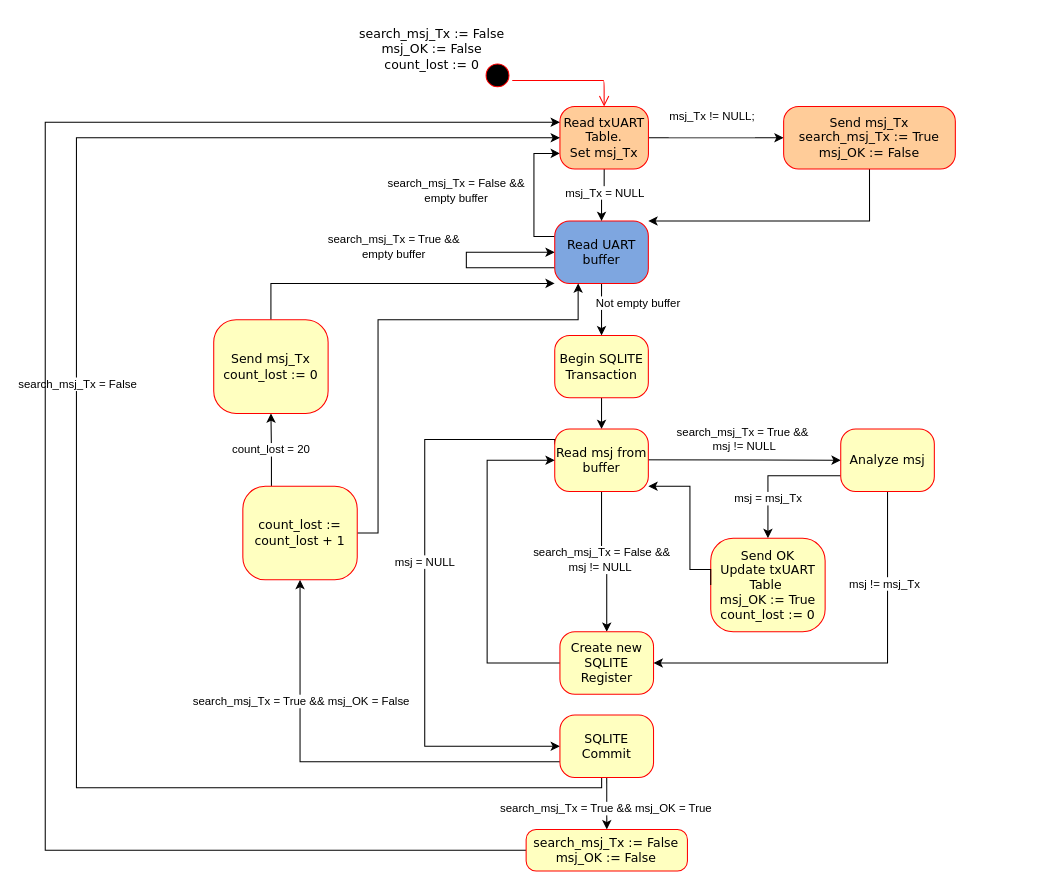
Above: ReadUART_FSM.drawio in CesarRodriguez14/Tag_Vehiculo_4_0_Diagramas (draw.io), before the change. Source tidied: cells renumbered, new cells numbered last; positions are measured from the earlier drawing's top-left corner, leaving out a move shared by most shapes. Both pictures are drawn from the tidied source at 104%, with x=0, y=0 at pixel (45, 18).
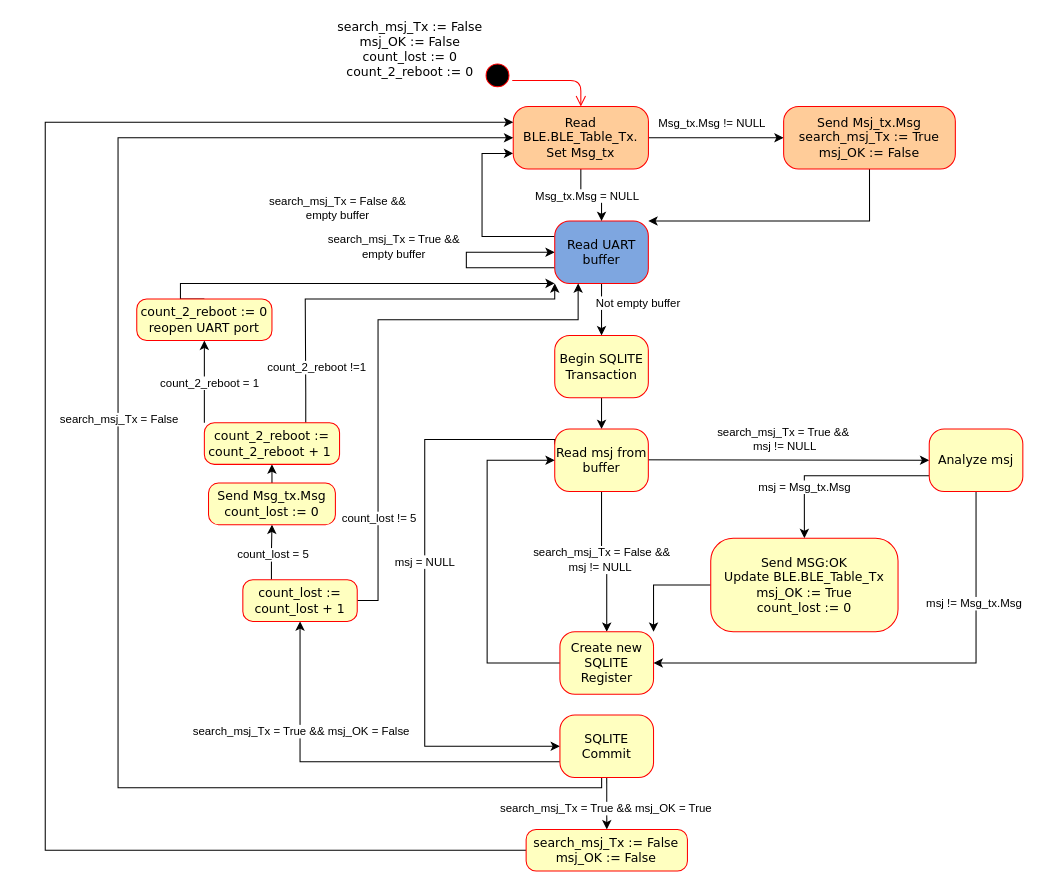
After the change.

Commit message:
Reopen UART port if TX fails

The change refers to these unchanged cells:
```xml
<mxCell id="2" style="ellipse;html=1;shape=startState;fillColor=#000000;strokeColor=#ff0000;rounded=1;shadow=0;comic=0;labelBackgroundColor=none;fontFamily=Verdana;fontSize=12;fontColor=#000000;align=center;direction=south;" parent="1" vertex="1">
  <mxGeometry x="419.9" y="40" width="30" height="30" as="geometry" />
</mxCell>
<mxCell id="9" value="Read UART b&lt;span style=&quot;background-color: transparent; color: light-dark(rgb(0, 0, 0), rgb(237, 237, 237));&quot;&gt;uffer&lt;/span&gt;" style="rounded=1;whiteSpace=wrap;html=1;arcSize=24;fillColor=#7EA6E0;strokeColor=#ff0000;shadow=0;comic=0;labelBackgroundColor=none;fontFamily=Verdana;fontSize=12;fontColor=#000000;align=center;" parent="1" vertex="1">
  <mxGeometry x="489.9" y="195" width="90" height="60" as="geometry" />
</mxCell>
<mxCell id="10" style="edgeStyle=orthogonalEdgeStyle;rounded=0;jettySize=auto;html=1;exitX=0.5;exitY=1;exitDx=0;exitDy=0;entryX=0.5;entryY=0;entryDx=0;entryDy=0;" parent="1" edge="1" source="14" target="9">
  <mxGeometry relative="1" as="geometry" />
</mxCell>
<mxCell id="12" style="edgeStyle=orthogonalEdgeStyle;rounded=0;jettySize=auto;html=1;exitX=1;exitY=0.5;exitDx=0;exitDy=0;entryX=0;entryY=0.5;entryDx=0;entryDy=0;" parent="1" edge="1" source="14" target="16">
  <mxGeometry relative="1" as="geometry" />
</mxCell>
<mxCell id="27" value="Read msj from buffer" style="rounded=1;whiteSpace=wrap;html=1;arcSize=24;fillColor=#ffffc0;strokeColor=#ff0000;shadow=0;comic=0;labelBackgroundColor=none;fontFamily=Verdana;fontSize=12;fontColor=#000000;align=center;" parent="1" vertex="1">
  <mxGeometry x="489.9" y="395" width="90" height="60" as="geometry" />
</mxCell>
<mxCell id="29" value="Create new SQLITE Register" style="rounded=1;whiteSpace=wrap;html=1;arcSize=24;fillColor=#ffffc0;strokeColor=#ff0000;shadow=0;comic=0;labelBackgroundColor=none;fontFamily=Verdana;fontSize=12;fontColor=#000000;align=center;" parent="1" vertex="1">
  <mxGeometry x="494.9" y="590" width="90" height="60" as="geometry" />
</mxCell>
<mxCell id="30" style="edgeStyle=orthogonalEdgeStyle;rounded=0;jettySize=auto;html=1;exitX=0.5;exitY=1;exitDx=0;exitDy=0;entryX=1;entryY=0.5;entryDx=0;entryDy=0;" parent="1" edge="1" source="34" target="29">
  <mxGeometry relative="1" as="geometry" />
</mxCell>
<mxCell id="32" style="edgeStyle=orthogonalEdgeStyle;rounded=0;jettySize=auto;html=1;exitX=0;exitY=0.75;exitDx=0;exitDy=0;entryX=0.5;entryY=0;entryDx=0;entryDy=0;" parent="1" edge="1" source="34" target="42">
  <mxGeometry relative="1" as="geometry" />
</mxCell>
<mxCell id="41" value="SQLITE Commit" style="rounded=1;whiteSpace=wrap;html=1;arcSize=24;fillColor=#ffffc0;strokeColor=#ff0000;shadow=0;comic=0;labelBackgroundColor=none;fontFamily=Verdana;fontSize=12;fontColor=#000000;align=center;" parent="1" vertex="1">
  <mxGeometry x="494.9" y="670" width="90" height="60" as="geometry" />
</mxCell>
<mxCell id="46" style="edgeStyle=orthogonalEdgeStyle;rounded=0;jettySize=auto;html=1;exitX=0.25;exitY=0;exitDx=0;exitDy=0;entryX=0.5;entryY=1;entryDx=0;entryDy=0;" parent="1" edge="1" source="49" target="51">
  <mxGeometry relative="1" as="geometry" />
</mxCell>
```

Change to the diagram source:
```diff
@@
     <mxCell id="7" style="edgeStyle=orthogonalEdgeStyle;rounded=0;jettySize=auto;html=1;exitX=0;exitY=0.25;exitDx=0;exitDy=0;entryX=0;entryY=0.75;entryDx=0;entryDy=0;" parent="1" edge="1" source="9" target="14">
-      <mxGeometry relative="1" as="geometry" />
+      <mxGeometry relative="1" as="geometry">
+        <Array as="points">
+          <mxPoint x="420" y="210" />
+          <mxPoint x="420" y="130" />
+        </Array>
+      </mxGeometry>
     </mxCell>
     <mxCell id="8" value="search_msj_Tx = False &amp;amp;&amp;amp;&lt;div&gt;empty buffer&lt;/div&gt;" style="edgeLabel;html=1;align=center;verticalAlign=middle;" parent="7" vertex="1">
       <mxGeometry x="0.04" relative="1" as="geometry">
-        <mxPoint x="-75" as="offset" />
+        <mxPoint x="-140" y="-3" as="offset" />
       </mxGeometry>
     </mxCell>
@@
-    <mxCell id="11" value="msj_Tx = NULL" style="edgeLabel;html=1;align=center;verticalAlign=middle;" parent="10" vertex="1">
+    <mxCell id="11" value="Msg_tx.Msg&amp;nbsp;= NULL" style="edgeLabel;html=1;align=center;verticalAlign=middle;" parent="10" vertex="1">
       <mxGeometry x="-0.13" relative="1" as="geometry" />
     </mxCell>
@@
-    <mxCell id="13" value="msj_Tx != NULL;&lt;div&gt;&lt;br&gt;&lt;/div&gt;" style="edgeLabel;html=1;align=center;verticalAlign=middle;" parent="12" vertex="1">
+    <mxCell id="13" value="Msg_tx.Msg != NULL" style="edgeLabel;html=1;align=center;verticalAlign=middle;" parent="12" vertex="1">
       <mxGeometry x="-0.18" y="2" relative="1" as="geometry">
         <mxPoint x="7" y="-13" as="offset" />
       </mxGeometry>
     </mxCell>
-    <mxCell id="14" value="Read txUART Table.&lt;div&gt;&lt;span style=&quot;background-color: transparent; color: light-dark(rgb(0, 0, 0), rgb(237, 237, 237));&quot;&gt;Set msj_Tx&lt;/span&gt;&lt;/div&gt;" style="rounded=1;whiteSpace=wrap;html=1;arcSize=24;fillColor=#FFCC99;strokeColor=#ff0000;shadow=0;comic=0;labelBackgroundColor=none;fontFamily=Verdana;fontSize=12;fontColor=#000000;align=center;" parent="1" vertex="1">
-      <mxGeometry x="494.9" y="85" width="85.1" height="60" as="geometry" />
+    <mxCell id="14" value="Read BLE.BLE_Table_Tx.&lt;div&gt;&lt;span style=&quot;background-color: transparent; color: light-dark(rgb(0, 0, 0), rgb(237, 237, 237));&quot;&gt;Set Msg_tx&lt;/span&gt;&lt;/div&gt;" style="rounded=1;whiteSpace=wrap;html=1;arcSize=24;fillColor=#FFCC99;strokeColor=#ff0000;shadow=0;comic=0;labelBackgroundColor=none;fontFamily=Verdana;fontSize=12;fontColor=#000000;align=center;" parent="1" vertex="1">
+      <mxGeometry x="450" y="85" width="130" height="60" as="geometry" />
     </mxCell>
@@
-    <mxCell id="16" value="Send msj_Tx&lt;div&gt;search_msj_Tx := True&lt;div&gt;msj_OK := False&lt;/div&gt;&lt;/div&gt;" style="rounded=1;whiteSpace=wrap;html=1;arcSize=24;fillColor=#FFCC99;strokeColor=#ff0000;shadow=0;comic=0;labelBackgroundColor=none;fontFamily=Verdana;fontSize=12;fontColor=#000000;align=center;" parent="1" vertex="1">
+    <mxCell id="16" value="Send Msj_tx.Msg&lt;div&gt;search_msj_Tx := True&lt;div&gt;msj_OK := False&lt;/div&gt;&lt;/div&gt;" style="rounded=1;whiteSpace=wrap;html=1;arcSize=24;fillColor=#FFCC99;strokeColor=#ff0000;shadow=0;comic=0;labelBackgroundColor=none;fontFamily=Verdana;fontSize=12;fontColor=#000000;align=center;" parent="1" vertex="1">
       <mxGeometry x="710" y="85" width="165.1" height="60" as="geometry" />
     </mxCell>
     <mxCell id="17" style="edgeStyle=orthogonalEdgeStyle;html=1;labelBackgroundColor=none;endArrow=open;endSize=8;strokeColor=#ff0000;fontFamily=Verdana;fontSize=12;align=left;" parent="1" edge="1" source="2" target="14">
       <mxGeometry relative="1" as="geometry">
         <Array as="points">
-          <mxPoint x="534.9" y="60" />
-          <mxPoint x="534.9" y="60" />
+          <mxPoint x="515" y="60" />
         </Array>
       </mxGeometry>
     </mxCell>
-    <mxCell id="18" value="&lt;span style=&quot;font-family: Verdana;&quot;&gt;search_msj_Tx := False&lt;/span&gt;&lt;div&gt;&lt;span style=&quot;font-family: Verdana;&quot;&gt;msj_OK := False&lt;/span&gt;&lt;/div&gt;&lt;div&gt;&lt;span style=&quot;font-family: Verdana;&quot;&gt;count_lost := 0&lt;/span&gt;&lt;/div&gt;" style="text;html=1;align=center;verticalAlign=middle;whiteSpace=wrap;rounded=0;" parent="1" vertex="1">
-      <mxGeometry x="282.3" width="180.1" height="60" as="geometry" />
+    <mxCell id="18" value="&lt;span style=&quot;font-family: Verdana;&quot;&gt;search_msj_Tx := False&lt;/span&gt;&lt;div&gt;&lt;span style=&quot;font-family: Verdana;&quot;&gt;msj_OK := False&lt;/span&gt;&lt;/div&gt;&lt;div&gt;&lt;span style=&quot;font-family: Verdana;&quot;&gt;count_lost := 0&lt;/span&gt;&lt;/div&gt;&lt;div&gt;&lt;span style=&quot;font-family: Verdana;&quot;&gt;count_2_reboot := 0&lt;/span&gt;&lt;/div&gt;" style="text;html=1;align=center;verticalAlign=middle;whiteSpace=wrap;rounded=0;" parent="1" vertex="1">
+      <mxGeometry x="240" width="222.4" height="60" as="geometry" />
     </mxCell>
@@
-    <mxCell id="31" value="msj != msj_Tx" style="edgeLabel;html=1;align=center;verticalAlign=middle;" parent="30" vertex="1">
+    <mxCell id="31" value="msj != Msg_tx.Msg" style="edgeLabel;html=1;align=center;verticalAlign=middle;" parent="30" vertex="1">
       <mxGeometry x="-0.55" y="-3" relative="1" as="geometry" />
     </mxCell>
@@
-    <mxCell id="33" value="msj = msj_Tx" style="edgeLabel;html=1;align=center;verticalAlign=middle;" parent="32" vertex="1">
+    <mxCell id="33" value="msj = Msg_tx.Msg" style="edgeLabel;html=1;align=center;verticalAlign=middle;" parent="32" vertex="1">
       <mxGeometry x="0.61" relative="1" as="geometry">
         <mxPoint y="-14" as="offset" />
       </mxGeometry>
     </mxCell>
     <mxCell id="34" value="Analyze msj" style="rounded=1;whiteSpace=wrap;html=1;arcSize=24;fillColor=#ffffc0;strokeColor=#ff0000;shadow=0;comic=0;labelBackgroundColor=none;fontFamily=Verdana;fontSize=12;fontColor=#000000;align=center;" parent="1" vertex="1">
-      <mxGeometry x="764.9" y="395" width="90" height="60" as="geometry" />
+      <mxGeometry x="850" y="395" width="90" height="60" as="geometry" />
     </mxCell>
     <mxCell id="35" style="edgeStyle=orthogonalEdgeStyle;rounded=0;jettySize=auto;html=1;exitX=0.5;exitY=1;exitDx=0;exitDy=0;entryX=0;entryY=0.5;entryDx=0;entryDy=0;" parent="1" edge="1" source="41" target="14">
       <mxGeometry relative="1" as="geometry">
         <Array as="points">
           <mxPoint x="535" y="730" />
           <mxPoint x="535" y="740" />
-          <mxPoint x="30" y="740" />
-          <mxPoint x="30" y="115" />
+          <mxPoint x="70" y="740" />
+          <mxPoint x="70" y="115" />
         </Array>
       </mxGeometry>
     </mxCell>
@@
+    <mxCell id="52" style="edgeStyle=orthogonalEdgeStyle;rounded=0;jettySize=auto;html=1;exitX=0;exitY=0.5;exitDx=0;exitDy=0;entryX=1;entryY=0;entryDx=0;entryDy=0;" parent="1" edge="1" source="42" target="29">
+      <mxGeometry relative="1" as="geometry" />
+    </mxCell>
-    <mxCell id="42" value="Send&amp;nbsp;&lt;span style=&quot;background-color: transparent; color: light-dark(rgb(0, 0, 0), rgb(237, 237, 237));&quot;&gt;OK&lt;/span&gt;&lt;div&gt;Update txUART Table&amp;nbsp;&lt;/div&gt;&lt;div&gt;msj_OK := True&lt;/div&gt;&lt;div&gt;count_lost := 0&lt;/div&gt;" style="rounded=1;whiteSpace=wrap;html=1;arcSize=24;fillColor=#ffffc0;strokeColor=#ff0000;shadow=0;comic=0;labelBackgroundColor=none;fontFamily=Verdana;fontSize=12;fontColor=#000000;align=center;" parent="1" vertex="1">
-      <mxGeometry x="639.9" y="500" width="110" height="90" as="geometry" />
+    <mxCell id="42" value="Send MSG:&lt;span style=&quot;background-color: transparent; color: light-dark(rgb(0, 0, 0), rgb(237, 237, 237));&quot;&gt;OK&lt;/span&gt;&lt;div&gt;Update&amp;nbsp;&lt;span style=&quot;background-color: transparent; color: light-dark(rgb(0, 0, 0), rgb(237, 237, 237));&quot;&gt;BLE.BLE_Table_Tx&lt;/span&gt;&lt;/div&gt;&lt;div&gt;msj_OK := True&lt;/div&gt;&lt;div&gt;count_lost := 0&lt;/div&gt;" style="rounded=1;whiteSpace=wrap;html=1;arcSize=24;fillColor=#ffffc0;strokeColor=#ff0000;shadow=0;comic=0;labelBackgroundColor=none;fontFamily=Verdana;fontSize=12;fontColor=#000000;align=center;" parent="1" vertex="1">
+      <mxGeometry x="639.9" y="500" width="180.1" height="90" as="geometry" />
     </mxCell>
-    <mxCell id="43" style="edgeStyle=orthogonalEdgeStyle;rounded=0;jettySize=auto;html=1;exitX=0;exitY=0.5;exitDx=0;exitDy=0;entryX=1;entryY=0.917;entryDx=0;entryDy=0;entryPerimeter=0;" parent="1" edge="1" source="42" target="27">
-      <mxGeometry relative="1" as="geometry">
-        <Array as="points">
-          <mxPoint x="619.9" y="530" />
-          <mxPoint x="619.9" y="450" />
-        </Array>
-      </mxGeometry>
-    </mxCell>
@@
+    <mxCell id="48" style="edgeStyle=orthogonalEdgeStyle;rounded=0;jettySize=auto;html=1;exitX=1;exitY=0.5;exitDx=0;exitDy=0;entryX=0.25;entryY=1;entryDx=0;entryDy=0;" parent="1" edge="1" source="49" target="9">
+      <mxGeometry relative="1" as="geometry">
+        <Array as="points">
+          <mxPoint x="320" y="560" />
+          <mxPoint x="320" y="290" />
+          <mxPoint x="512" y="290" />
+        </Array>
+      </mxGeometry>
+    </mxCell>
+    <mxCell id="53" value="count_lost != 5" style="edgeLabel;html=1;align=center;verticalAlign=middle;" parent="48" vertex="1">
+      <mxGeometry x="-0.49" y="-3" relative="1" as="geometry">
+        <mxPoint x="-3" y="32" as="offset" />
+      </mxGeometry>
+    </mxCell>
@@
-    <mxCell id="47" value="count_lost = 20" style="edgeLabel;html=1;align=center;verticalAlign=middle;" parent="46" vertex="1">
-      <mxGeometry x="0.03" y="1" relative="1" as="geometry" />
-    </mxCell>
-    <mxCell id="48" style="edgeStyle=orthogonalEdgeStyle;rounded=0;jettySize=auto;html=1;exitX=1;exitY=0.5;exitDx=0;exitDy=0;entryX=0.25;entryY=1;entryDx=0;entryDy=0;" parent="1" edge="1" source="49" target="9">
-      <mxGeometry relative="1" as="geometry">
-        <Array as="points">
-          <mxPoint x="320" y="495" />
-          <mxPoint x="320" y="290" />
-          <mxPoint x="512" y="290" />
-        </Array>
-      </mxGeometry>
-    </mxCell>
+    <mxCell id="54" value="count_lost = 5" style="edgeLabel;html=1;align=center;verticalAlign=middle;" parent="46" vertex="1">
+      <mxGeometry x="0.1" relative="1" as="geometry">
+        <mxPoint y="4" as="offset" />
+      </mxGeometry>
+    </mxCell>
     <mxCell id="49" value="&lt;span style=&quot;background-color: transparent; color: light-dark(rgb(0, 0, 0), rgb(237, 237, 237));&quot;&gt;count_lost := count_lost + 1&lt;/span&gt;" style="rounded=1;whiteSpace=wrap;html=1;arcSize=24;fillColor=#ffffc0;strokeColor=#ff0000;shadow=0;comic=0;labelBackgroundColor=none;fontFamily=Verdana;fontSize=12;fontColor=#000000;align=center;" parent="1" vertex="1">
-      <mxGeometry x="190" y="450" width="110" height="90" as="geometry" />
+      <mxGeometry x="190" y="540" width="110" height="40" as="geometry" />
     </mxCell>
-    <mxCell id="50" style="edgeStyle=orthogonalEdgeStyle;rounded=0;jettySize=auto;html=1;exitX=0.5;exitY=0;exitDx=0;exitDy=0;entryX=0;entryY=1;entryDx=0;entryDy=0;" parent="1" edge="1" source="51" target="9">
-      <mxGeometry relative="1" as="geometry">
-        <Array as="points">
-          <mxPoint x="217" y="255" />
-        </Array>
-      </mxGeometry>
-    </mxCell>
+    <mxCell id="55" style="edgeStyle=orthogonalEdgeStyle;rounded=0;jettySize=auto;html=1;exitX=0.5;exitY=0;exitDx=0;exitDy=0;entryX=0.5;entryY=1;entryDx=0;entryDy=0;" parent="1" edge="1" source="51" target="60">
+      <mxGeometry relative="1" as="geometry" />
+    </mxCell>
-    <mxCell id="51" value="Send msj_Tx&lt;div&gt;count_lost := 0&lt;/div&gt;" style="rounded=1;whiteSpace=wrap;html=1;arcSize=24;fillColor=#ffffc0;strokeColor=#ff0000;shadow=0;comic=0;labelBackgroundColor=none;fontFamily=Verdana;fontSize=12;fontColor=#000000;align=center;" parent="1" vertex="1">
-      <mxGeometry x="162" y="290" width="110" height="90" as="geometry" />
+    <mxCell id="51" value="Send Msg_tx.Msg&lt;div&gt;count_lost := 0&lt;/div&gt;" style="rounded=1;whiteSpace=wrap;html=1;arcSize=24;fillColor=#ffffc0;strokeColor=#ff0000;shadow=0;comic=0;labelBackgroundColor=none;fontFamily=Verdana;fontSize=12;fontColor=#000000;align=center;" parent="1" vertex="1">
+      <mxGeometry x="157" y="447" width="122" height="40" as="geometry" />
     </mxCell>
+    <mxCell id="56" style="edgeStyle=orthogonalEdgeStyle;rounded=0;jettySize=auto;html=1;exitX=0;exitY=0;exitDx=0;exitDy=0;entryX=0.5;entryY=1;entryDx=0;entryDy=0;" parent="1" edge="1" source="60" target="62">
+      <mxGeometry relative="1" as="geometry" />
+    </mxCell>
+    <mxCell id="57" value="count_2_reboot = 1" style="edgeLabel;html=1;align=center;verticalAlign=middle;" parent="56" vertex="1">
+      <mxGeometry x="-0.08" y="-3" relative="1" as="geometry">
+        <mxPoint x="1" y="-3" as="offset" />
+      </mxGeometry>
+    </mxCell>
+    <mxCell id="58" style="edgeStyle=orthogonalEdgeStyle;rounded=0;jettySize=auto;html=1;exitX=0.75;exitY=0;exitDx=0;exitDy=0;entryX=0;entryY=1;entryDx=0;entryDy=0;" parent="1" edge="1" source="60" target="9">
+      <mxGeometry relative="1" as="geometry">
+        <Array as="points">
+          <mxPoint x="250" y="360" />
+          <mxPoint x="250" y="270" />
+          <mxPoint x="490" y="270" />
+        </Array>
+      </mxGeometry>
+    </mxCell>
+    <mxCell id="59" value="count_2_reboot !=1" style="edgeLabel;html=1;align=center;verticalAlign=middle;" parent="58" vertex="1">
+      <mxGeometry x="-0.67" y="2" relative="1" as="geometry">
+        <mxPoint x="12" y="8" as="offset" />
+      </mxGeometry>
+    </mxCell>
+    <mxCell id="60" value="count_2_reboot := count_2_reboot + 1&amp;nbsp;" style="rounded=1;whiteSpace=wrap;html=1;arcSize=24;fillColor=#ffffc0;strokeColor=#ff0000;shadow=0;comic=0;labelBackgroundColor=none;fontFamily=Verdana;fontSize=12;fontColor=#000000;align=center;" parent="1" vertex="1">
+      <mxGeometry x="153" y="389" width="130" height="40" as="geometry" />
+    </mxCell>
+    <mxCell id="61" style="edgeStyle=orthogonalEdgeStyle;rounded=0;jettySize=auto;html=1;exitX=0.5;exitY=0;exitDx=0;exitDy=0;entryX=0;entryY=1;entryDx=0;entryDy=0;" parent="1" edge="1" source="62" target="9">
+      <mxGeometry relative="1" as="geometry">
+        <Array as="points">
+          <mxPoint x="130" y="270" />
+          <mxPoint x="130" y="255" />
+        </Array>
+      </mxGeometry>
+    </mxCell>
+    <mxCell id="62" value="count_2_reboot := 0&lt;div&gt;reopen UART port&lt;/div&gt;" style="rounded=1;whiteSpace=wrap;html=1;arcSize=24;fillColor=#ffffc0;strokeColor=#ff0000;shadow=0;comic=0;labelBackgroundColor=none;fontFamily=Verdana;fontSize=12;fontColor=#000000;align=center;" parent="1" vertex="1">
+      <mxGeometry x="88" y="270" width="130" height="40" as="geometry" />
+    </mxCell>
```
